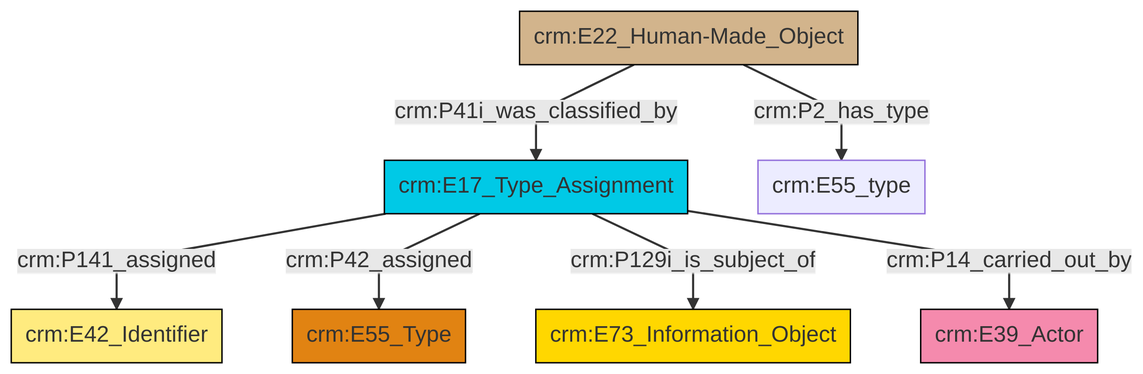
Before: et/builtWorkCSV/ttl/mmd/png/Built_Work_designation_status.png, a diagram exported from Mermaid (swiss-art-research-net/reference-data-models). Its source is kept beside it as et/builtWorkCSV/ttl/mmd/Built_Work_designation_status.ttl.mmd.
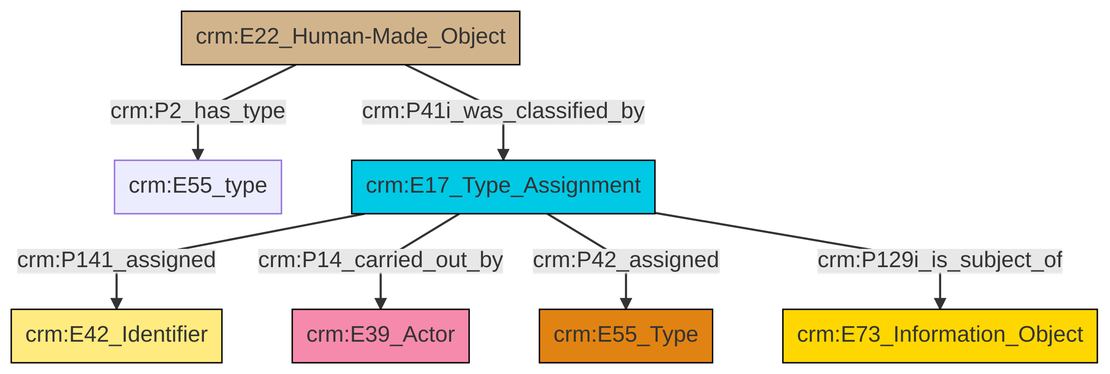
Later version of the same file.

Change to the diagram source:
```diff
@@ -14,8 +14,8 @@
 classDef Multi fill:#cccccc,stroke:#000000;
 
 2["crm:E17_Type_Assignment"]:::Temporal_Entity -->|crm:P141_assigned| 3["crm:E42_Identifier"]:::Appellation
-2["crm:E17_Type_Assignment"]:::Temporal_Entity -->|crm:P42_assigned| 4["crm:E55_Type"]:::Type
-11["crm:E22_Human-Made_Object"]:::Physical_Thing -->|crm:P2_has_type| 5["crm:E55_type"]:::Default
-11["crm:E22_Human-Made_Object"]:::Physical_Thing -->|crm:P41i_was_classified_by| 2["crm:E17_Type_Assignment"]:::Temporal_Entity
-2["crm:E17_Type_Assignment"]:::Temporal_Entity -->|crm:P129i_is_subject_of| 7["crm:E73_Information_Object"]:::Conceptual_Object
-2["crm:E17_Type_Assignment"]:::Temporal_Entity -->|crm:P14_carried_out_by| 0["crm:E39_Actor"]:::Actor
+4["crm:E22_Human-Made_Object"]:::Physical_Thing -->|crm:P41i_was_classified_by| 2["crm:E17_Type_Assignment"]:::Temporal_Entity
+2["crm:E17_Type_Assignment"]:::Temporal_Entity -->|crm:P14_carried_out_by| 9["crm:E39_Actor"]:::Actor
+2["crm:E17_Type_Assignment"]:::Temporal_Entity -->|crm:P42_assigned| 7["crm:E55_Type"]:::Type
+4["crm:E22_Human-Made_Object"]:::Physical_Thing -->|crm:P2_has_type| 0["crm:E55_type"]:::Default
+2["crm:E17_Type_Assignment"]:::Temporal_Entity -->|crm:P129i_is_subject_of| 5["crm:E73_Information_Object"]:::Conceptual_Object
```
